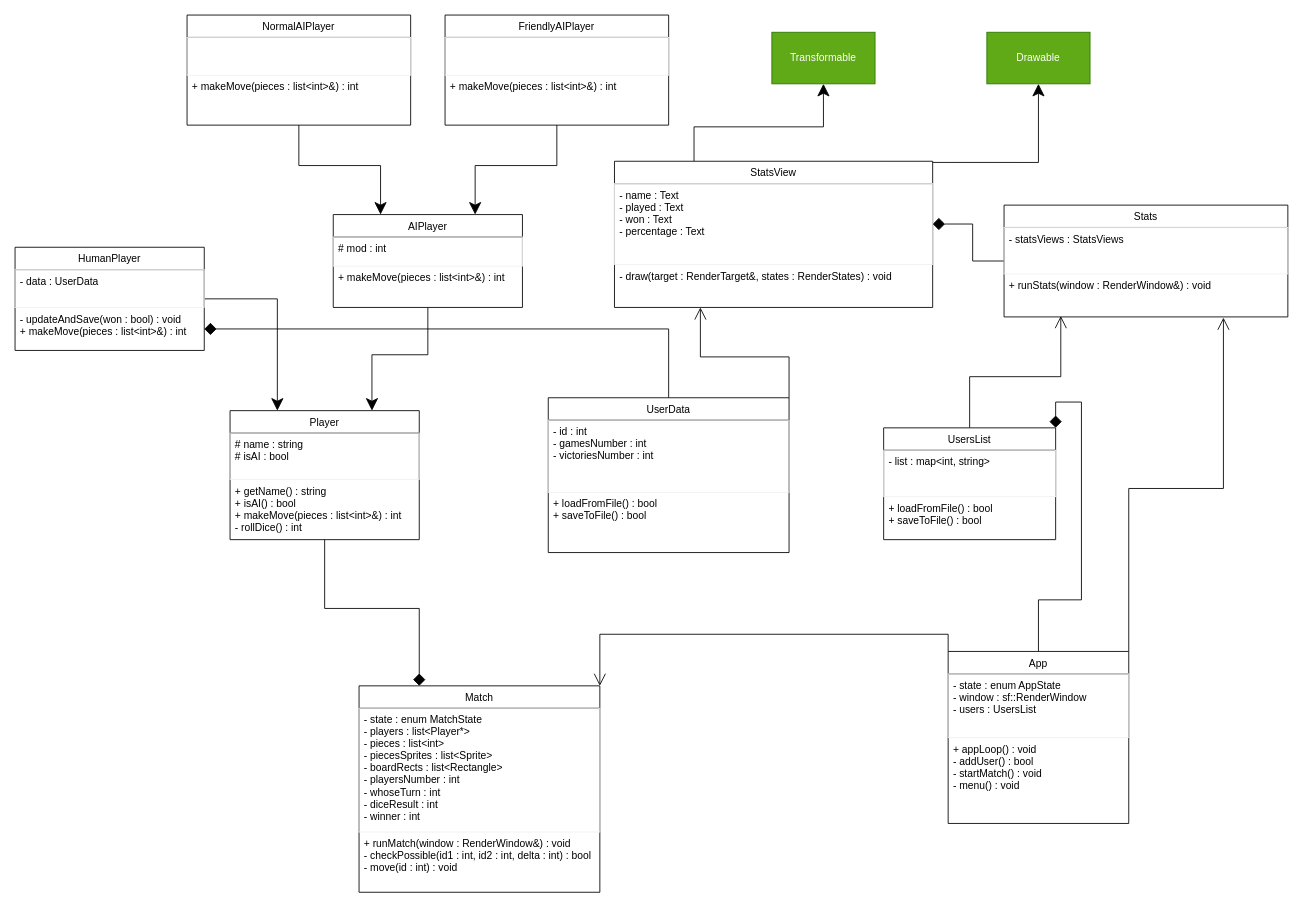
Earlier version of the draw.io diagram docs/diagram.drawio (cptkidd62/ludo-game). Source tidied: cells renumbered, new cells numbered last; positions are measured from the earlier drawing's top-left corner, leaving out a move shared by most shapes. Both pictures are drawn from the tidied source at 86%, with x=0, y=0 at pixel (15, 15).
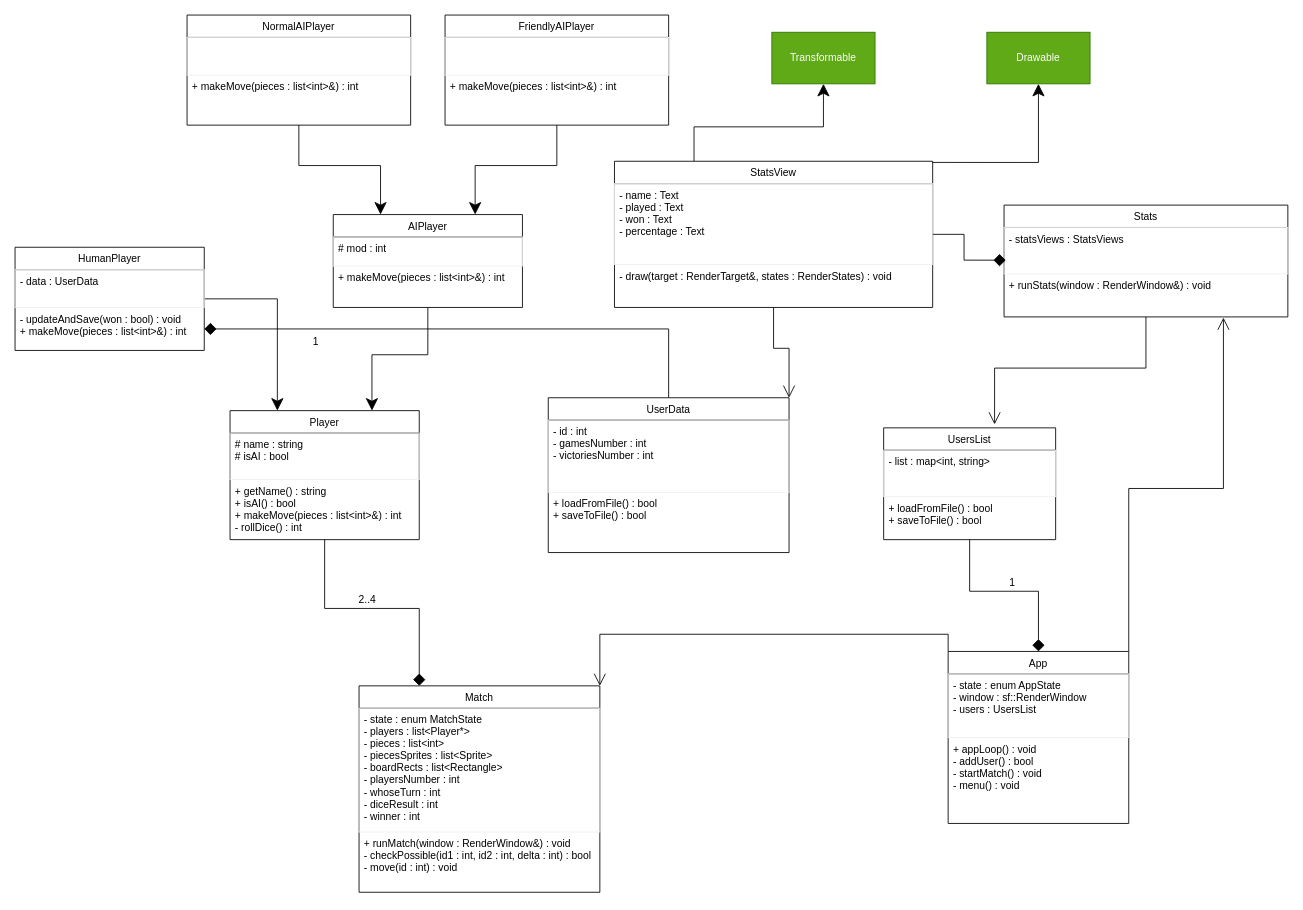
The same diagram, later.

Commit message:
diagram corrections

The change refers to these unchanged cells:
```xml
<mxCell id="17" value="App" style="swimlane;fontStyle=0;horizontal=1;startSize=26;" parent="1" vertex="1">
  <mxGeometry x="1085" y="740" width="210" height="200" as="geometry" />
</mxCell>
<mxCell id="25" value="UserData" style="swimlane;fontStyle=0;horizontal=1;startSize=26;" parent="1" vertex="1">
  <mxGeometry x="620" y="445" width="280" height="180" as="geometry" />
</mxCell>
<mxCell id="29" value="UsersList" style="swimlane;fontStyle=0;horizontal=1;startSize=26;" parent="1" vertex="1">
  <mxGeometry x="1010" y="480" width="200" height="130" as="geometry" />
</mxCell>
<mxCell id="41" value="Stats" style="swimlane;fontStyle=0;horizontal=1;startSize=26;" parent="1" vertex="1">
  <mxGeometry x="1150" y="221" width="330" height="130" as="geometry" />
</mxCell>
<mxCell id="42" value="- statsViews : StatsViews" style="text;fillColor=none;align=left;verticalAlign=top;spacingLeft=4;spacingRight=4;overflow=hidden;points=[[0,0.5],[1,0.5]];portConstraint=eastwest;strokeColor=#f0f0f0;" parent="41" vertex="1">
  <mxGeometry y="26" width="330" height="54" as="geometry" />
</mxCell>
<mxCell id="43" value="+ runStats(window : RenderWindow&amp;) : void" style="text;strokeColor=none;fillColor=none;align=left;verticalAlign=top;spacingLeft=4;spacingRight=4;overflow=hidden;points=[[0,0.5],[1,0.5]];portConstraint=eastwest;" parent="41" vertex="1">
  <mxGeometry y="80" width="330" height="50" as="geometry" />
</mxCell>
<mxCell id="46" value="StatsView" style="swimlane;fontStyle=0;horizontal=1;startSize=26;" parent="1" vertex="1">
  <mxGeometry x="697" y="170" width="370" height="170" as="geometry" />
</mxCell>
<mxCell id="47" value="- name : Text&#10;- played : Text&#10;- won : Text&#10;- percentage : Text" style="text;fillColor=none;align=left;verticalAlign=top;spacingLeft=4;spacingRight=4;overflow=hidden;points=[[0,0.5],[1,0.5]];portConstraint=eastwest;strokeColor=#f0f0f0;" parent="46" vertex="1">
  <mxGeometry y="26" width="370" height="94" as="geometry" />
</mxCell>
<mxCell id="48" value="- draw(target : RenderTarget&amp;, states : RenderStates) : void" style="text;strokeColor=none;fillColor=none;align=left;verticalAlign=top;spacingLeft=4;spacingRight=4;overflow=hidden;points=[[0,0.5],[1,0.5]];portConstraint=eastwest;" parent="46" vertex="1">
  <mxGeometry y="120" width="370" height="50" as="geometry" />
</mxCell>
```

What changed in the source:
```diff
@@
-    <mxCell id="14" style="edgeStyle=orthogonalEdgeStyle;rounded=0;jettySize=auto;html=1;entryX=1;entryY=0;entryDx=0;entryDy=0;startArrow=none;startFill=0;endArrow=diamond;endFill=1;endSize=12;" parent="1" edge="1" source="17" target="29">
-      <mxGeometry relative="1" as="geometry" />
-    </mxCell>
@@
-    <mxCell id="24" style="edgeStyle=orthogonalEdgeStyle;rounded=0;jettySize=auto;html=1;exitX=1;exitY=0;exitDx=0;exitDy=0;entryX=0.27;entryY=1;entryDx=0;entryDy=0;entryPerimeter=0;startArrow=none;startFill=0;endArrow=open;endFill=0;endSize=12;" parent="1" edge="1" source="25" target="48">
-      <mxGeometry relative="1" as="geometry" />
-    </mxCell>
@@
-    <mxCell id="28" style="edgeStyle=orthogonalEdgeStyle;rounded=0;jettySize=auto;html=1;entryX=0.2;entryY=0.98;entryDx=0;entryDy=0;entryPerimeter=0;startArrow=none;startFill=0;endArrow=open;endFill=0;endSize=12;" parent="1" edge="1" source="29" target="43">
-      <mxGeometry relative="1" as="geometry" />
-    </mxCell>
+    <mxCell id="51" style="edgeStyle=orthogonalEdgeStyle;rounded=0;jettySize=auto;html=1;entryX=0.5;entryY=0;entryDx=0;entryDy=0;startArrow=none;startFill=0;endArrow=diamond;endFill=1;endSize=12;" parent="1" edge="1" source="29" target="17">
+      <mxGeometry relative="1" as="geometry" />
+    </mxCell>
@@
-    <mxCell id="40" style="edgeStyle=orthogonalEdgeStyle;rounded=0;jettySize=auto;html=1;startArrow=none;startFill=0;endArrow=diamond;endFill=1;endSize=12;" parent="1" edge="1" source="41" target="47">
-      <mxGeometry relative="1" as="geometry" />
-    </mxCell>
+    <mxCell id="52" style="edgeStyle=orthogonalEdgeStyle;rounded=0;jettySize=auto;html=1;entryX=0.645;entryY=-0.031;entryDx=0;entryDy=0;entryPerimeter=0;endSize=12;endArrow=open;endFill=0;" parent="1" edge="1" source="41" target="29">
+      <mxGeometry relative="1" as="geometry" />
+    </mxCell>
@@
+    <mxCell id="53" style="edgeStyle=orthogonalEdgeStyle;rounded=0;jettySize=auto;html=1;entryX=1;entryY=0;entryDx=0;entryDy=0;startArrow=none;startFill=0;endArrow=open;endFill=0;endSize=12;" parent="1" edge="1" source="46" target="25">
+      <mxGeometry relative="1" as="geometry" />
+    </mxCell>
+    <mxCell id="54" style="edgeStyle=orthogonalEdgeStyle;rounded=0;jettySize=auto;html=1;entryX=0.006;entryY=0.704;entryDx=0;entryDy=0;entryPerimeter=0;startArrow=none;startFill=0;endArrow=diamond;endFill=1;endSize=12;" parent="1" edge="1" source="46" target="42">
+      <mxGeometry relative="1" as="geometry" />
+    </mxCell>
@@
+    <mxCell id="55" value="2..4" style="text;html=1;strokeColor=none;fillColor=none;align=center;verticalAlign=middle;whiteSpace=wrap;rounded=0;" parent="1" vertex="1">
+      <mxGeometry x="390" y="670" width="40" height="20" as="geometry" />
+    </mxCell>
+    <mxCell id="56" value="1" style="text;html=1;strokeColor=none;fillColor=none;align=center;verticalAlign=middle;whiteSpace=wrap;rounded=0;" parent="1" vertex="1">
+      <mxGeometry x="1140" y="650" width="40" height="20" as="geometry" />
+    </mxCell>
+    <mxCell id="57" value="1" style="text;html=1;strokeColor=none;fillColor=none;align=center;verticalAlign=middle;whiteSpace=wrap;rounded=0;" parent="1" vertex="1">
+      <mxGeometry x="330" y="370" width="40" height="20" as="geometry" />
+    </mxCell>
```
